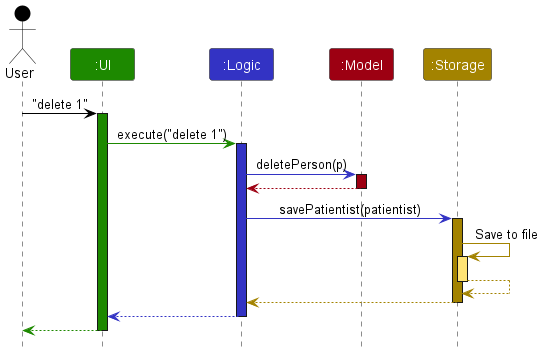
nus-cs2103-AY2223S2/tp keeps this PlantUML diagram as docs/images/ArchitectureSequenceDiagram.png. Above is the earlier version.
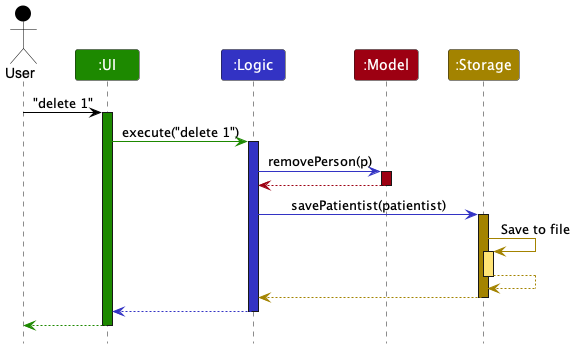
After the commit.

What changed in the source:
```diff
@@ -13,7 +13,7 @@
 ui -[UI_COLOR]> logic : execute("delete 1")
 activate logic LOGIC_COLOR
 
-logic -[LOGIC_COLOR]> model : deletePerson(p)
+logic -[LOGIC_COLOR]> model : removePerson(p)
 activate model MODEL_COLOR
 
 model -[MODEL_COLOR]-> logic
```
